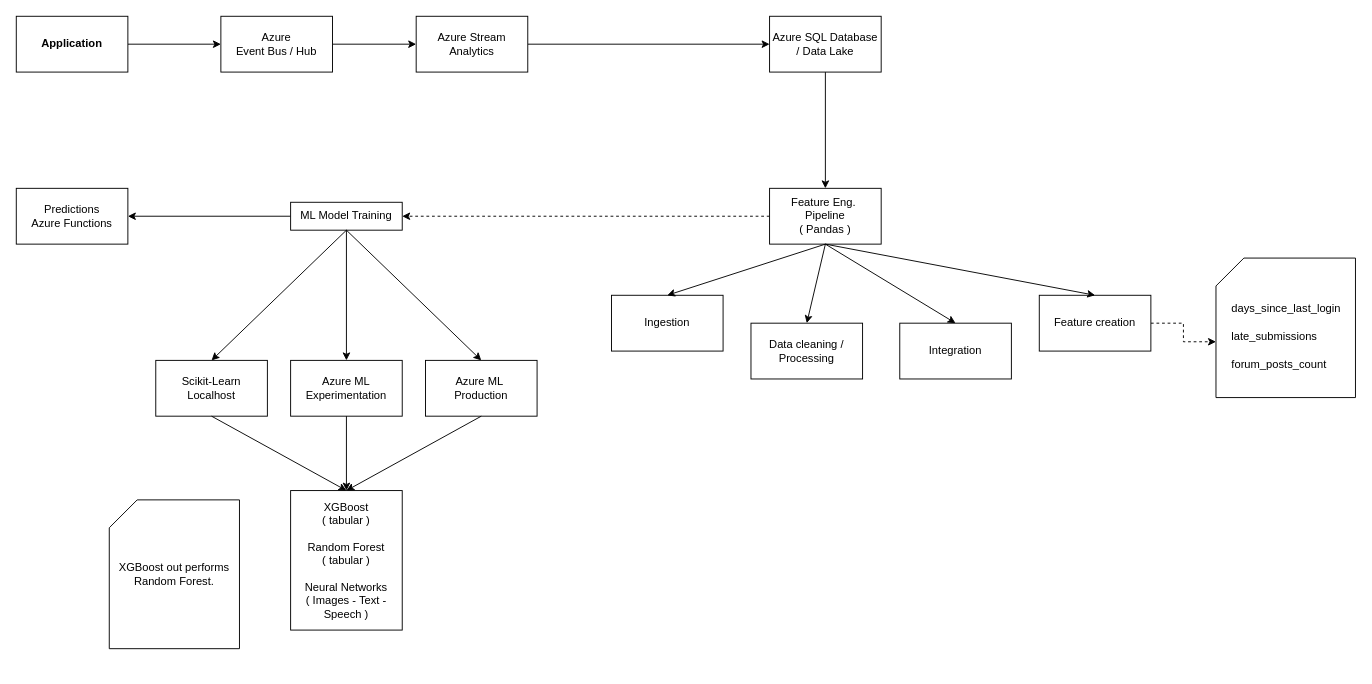
Before: Untitled Diagram.drawio in kingsley-ijomah/draw.io, a draw.io diagram. Source tidied: cells renumbered, new cells numbered last; positions are measured from the earlier drawing's top-left corner, leaving out a move shared by most shapes. Both pictures are drawn from the tidied source at 93%, with x=0, y=0 at pixel (16, 16).
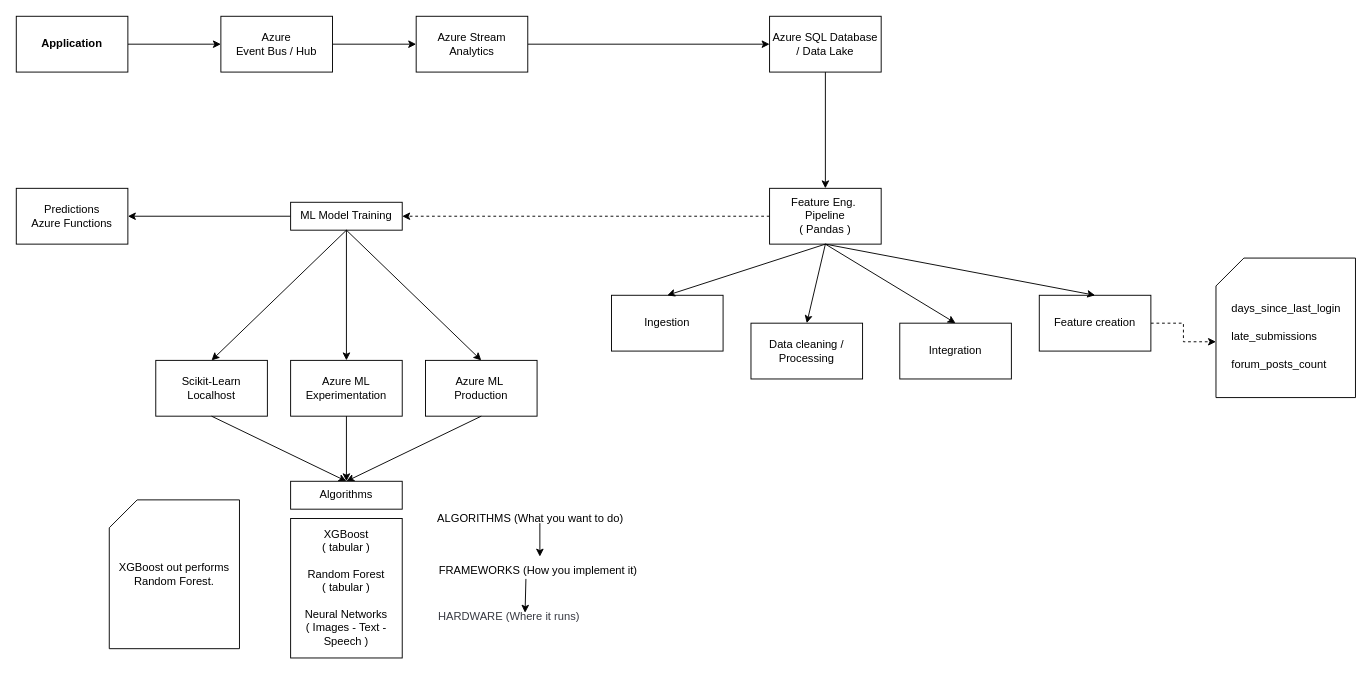
The same page after the edit.

The change refers to these unchanged cells:
```xml
<mxCell id="15" value="Scikit-Learn&lt;div&gt;Localhost&lt;/div&gt;" style="rounded=0;whiteSpace=wrap;html=1;" parent="1" vertex="1">
  <mxGeometry x="150" y="370" width="120" height="60" as="geometry" />
</mxCell>
<mxCell id="16" value="Azure ML Experimentation" style="rounded=0;whiteSpace=wrap;html=1;" parent="1" vertex="1">
  <mxGeometry x="295" y="370" width="120" height="60" as="geometry" />
</mxCell>
<mxCell id="17" value="Azure ML&amp;nbsp;&lt;div&gt;Production&lt;/div&gt;" style="rounded=0;whiteSpace=wrap;html=1;" parent="1" vertex="1">
  <mxGeometry x="440" y="370" width="120" height="60" as="geometry" />
</mxCell>
```

The edit, as a diff of the source:
```diff
@@
     <mxCell id="35" value="XGBoost&lt;div&gt;( tabular )&lt;br&gt;&lt;br&gt;Random Forest&lt;div&gt;( tabular )&lt;/div&gt;&lt;div&gt;&lt;br&gt;&lt;/div&gt;&lt;div&gt;Neural Networks&lt;/div&gt;&lt;div&gt;( Images - Text - Speech )&lt;/div&gt;&lt;/div&gt;" style="rounded=0;whiteSpace=wrap;html=1;" parent="1" vertex="1">
-      <mxGeometry x="295" y="510" width="120" height="150" as="geometry" />
+      <mxGeometry x="295" y="540" width="120" height="150" as="geometry" />
     </mxCell>
-    <mxCell id="36" style="endArrow=classic;html=1;rounded=0;exitX=0.5;exitY=1;exitDx=0;exitDy=0;entryX=0.5;entryY=0;entryDx=0;entryDy=0;" parent="1" edge="1" source="15" target="35">
+    <mxCell id="36" style="endArrow=classic;html=1;rounded=0;exitX=0.5;exitY=1;exitDx=0;exitDy=0;entryX=0.5;entryY=0;entryDx=0;entryDy=0;" parent="1" edge="1" source="15" target="40">
       <mxGeometry relative="1" as="geometry" />
     </mxCell>
-    <mxCell id="37" style="endArrow=classic;html=1;rounded=0;exitX=0.5;exitY=1;exitDx=0;exitDy=0;entryX=0.5;entryY=0;entryDx=0;entryDy=0;" parent="1" edge="1" source="16" target="35">
+    <mxCell id="37" style="endArrow=classic;html=1;rounded=0;exitX=0.5;exitY=1;exitDx=0;exitDy=0;entryX=0.5;entryY=0;entryDx=0;entryDy=0;" parent="1" edge="1" source="16" target="40">
       <mxGeometry relative="1" as="geometry" />
     </mxCell>
-    <mxCell id="38" style="endArrow=classic;html=1;rounded=0;exitX=0.5;exitY=1;exitDx=0;exitDy=0;entryX=0.5;entryY=0;entryDx=0;entryDy=0;" parent="1" edge="1" source="17" target="35">
+    <mxCell id="38" style="endArrow=classic;html=1;rounded=0;exitX=0.5;exitY=1;exitDx=0;exitDy=0;entryX=0.5;entryY=0;entryDx=0;entryDy=0;" parent="1" edge="1" source="17" target="40">
       <mxGeometry relative="1" as="geometry" />
     </mxCell>
@@
+    <mxCell id="40" value="Algorithms" style="rounded=0;whiteSpace=wrap;html=1;" parent="1" vertex="1">
+      <mxGeometry x="295" y="500" width="120" height="30" as="geometry" />
+    </mxCell>
+    <mxCell id="41" value="ALGORITHMS (What you want to do)" style="text;html=1;align=center;verticalAlign=middle;whiteSpace=wrap;rounded=0;" parent="1" vertex="1">
+      <mxGeometry x="448" y="525" width="210" height="30" as="geometry" />
+    </mxCell>
+    <mxCell id="42" value="FRAMEWORKS (How you implement it)&amp;nbsp;" style="text;html=1;align=center;verticalAlign=middle;whiteSpace=wrap;rounded=0;" parent="1" vertex="1">
+      <mxGeometry x="448" y="581" width="230" height="30" as="geometry" />
+    </mxCell>
+    <mxCell id="43" value="&lt;div class=&quot;relative group/copy bg-bg-000/50 border-0.5 border-border-400 rounded-lg&quot;&gt;&lt;pre style=&quot;background: transparent; color: rgb(56, 58, 66); font-family: var(--font-mono); direction: ltr; text-align: left; word-spacing: normal; word-break: normal; line-height: 1.5; tab-size: 2; hyphens: none; padding: 1em; margin: 0.5em 0px; overflow: auto; border-radius: 0.3em;&quot; class=&quot;code-block__code !my-0 !rounded-lg !text-sm !leading-relaxed&quot;&gt;&lt;code style=&quot;background: transparent; font-family: var(--font-mono); direction: ltr; text-wrap-mode: wrap; word-spacing: normal; word-break: normal; line-height: 1.5; tab-size: 2; hyphens: none;&quot;&gt;HARDWARE (Where it runs)&lt;/code&gt;&lt;/pre&gt;&lt;/div&gt;&lt;br/&gt;&lt;h2 class=&quot;text-xl font-bold text-text-100 mt-1 -mb-0.5&quot;&gt;&lt;/h2&gt;" style="text;html=1;align=center;verticalAlign=middle;whiteSpace=wrap;rounded=0;" parent="1" vertex="1">
+      <mxGeometry x="440" y="645" width="180" height="30" as="geometry" />
+    </mxCell>
+    <mxCell id="44" style="endArrow=classic;html=1;rounded=0;" parent="1" edge="1" target="42">
+      <mxGeometry relative="1" as="geometry">
+        <mxPoint x="563" y="545" as="sourcePoint" />
+      </mxGeometry>
+    </mxCell>
+    <mxCell id="45" style="endArrow=classic;html=1;rounded=0;entryX=0.595;entryY=-0.121;entryDx=0;entryDy=0;entryPerimeter=0;" parent="1" edge="1" target="43">
+      <mxGeometry relative="1" as="geometry">
+        <mxPoint x="548" y="605" as="sourcePoint" />
+      </mxGeometry>
+    </mxCell>
```
